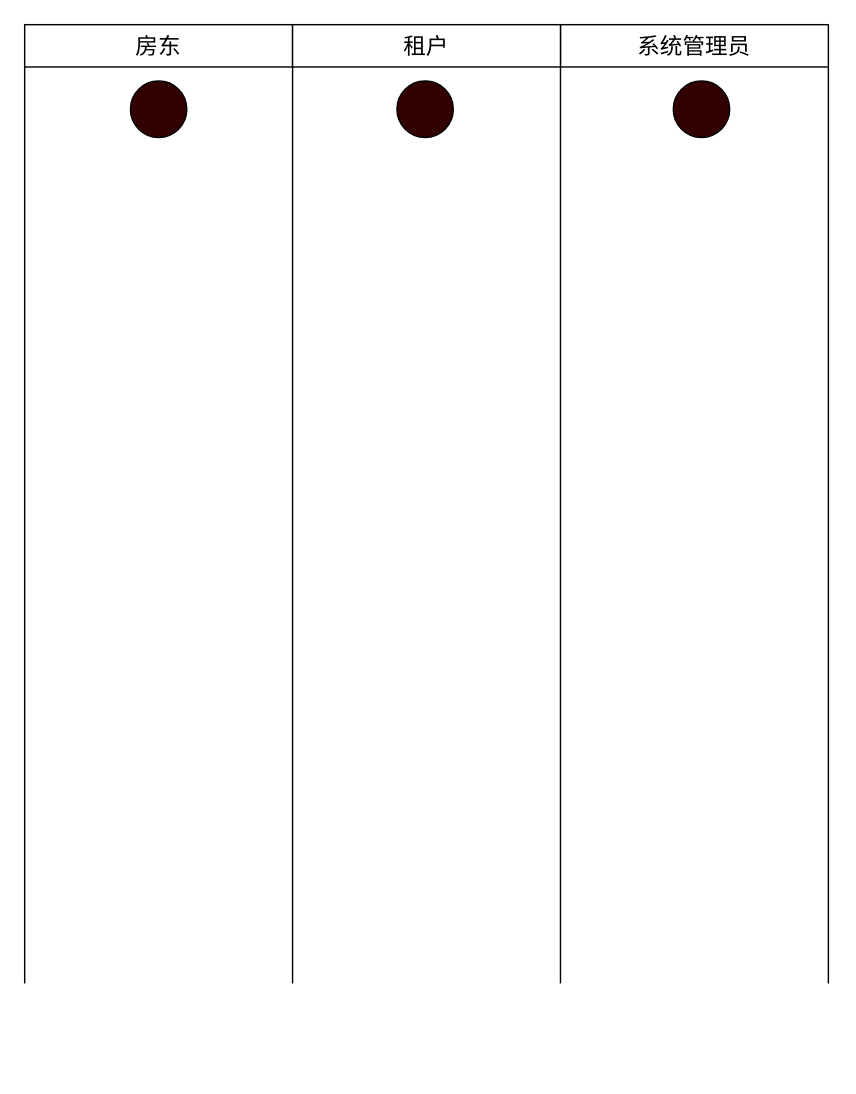
This is page "角色活动图" (2 of 3) of 系统功能列表.drawio from CQUT-yingyan-ZTJ/images, a draw.io file, before an edit. Source tidied: cells renumbered, new cells numbered last; positions are measured from the earlier drawing's top-left corner, leaving out a move shared by most shapes. Both pictures are drawn from the tidied source at 141%, with x=0, y=0 at pixel (24, 24).
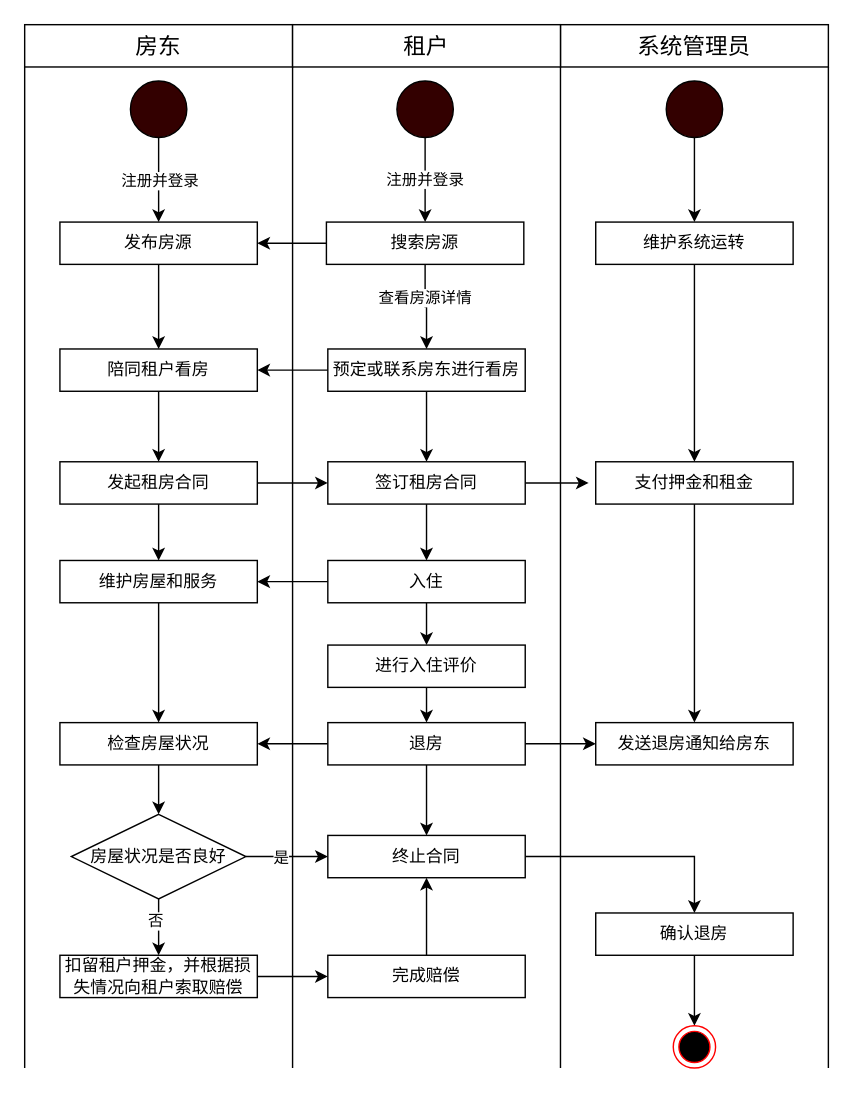
After the change.

Unchanged cells that the change refers to:
```xml
<mxCell id="4" value="房东" style="rounded=0;whiteSpace=wrap;html=1;fontSize=16;" parent="1" vertex="1">
  <mxGeometry width="190" height="30" as="geometry" />
</mxCell>
<mxCell id="6" value="系统管理员" style="rounded=0;whiteSpace=wrap;html=1;fontSize=16;" parent="1" vertex="1">
  <mxGeometry x="380" width="190" height="30" as="geometry" />
</mxCell>
<mxCell id="8" value="租户" style="rounded=0;whiteSpace=wrap;html=1;fontSize=16;" parent="1" vertex="1">
  <mxGeometry x="190" width="190" height="30" as="geometry" />
</mxCell>
<mxCell id="9" style="ellipse;whiteSpace=wrap;html=1;fillColor=#330000;" parent="1" vertex="1">
  <mxGeometry x="75" y="40" width="40" height="40" as="geometry" />
</mxCell>
<mxCell id="11" style="ellipse;whiteSpace=wrap;html=1;fillColor=#330000;" parent="1" vertex="1">
  <mxGeometry x="264" y="40" width="40" height="40" as="geometry" />
</mxCell>
```

The edit, as a diff of the source:
```diff
@@
     <mxCell id="2" style="edgeStyle=orthogonalEdgeStyle;rounded=0;jettySize=auto;html=1;exitX=1;exitY=1;exitDx=0;exitDy=0;endArrow=none;endFill=0;" parent="1" edge="1" source="4">
       <mxGeometry relative="1" as="geometry">
-        <mxPoint x="190" y="680" as="targetPoint" />
+        <mxPoint x="190" y="740" as="targetPoint" />
       </mxGeometry>
     </mxCell>
     <mxCell id="3" style="edgeStyle=orthogonalEdgeStyle;rounded=0;jettySize=auto;html=1;exitX=0;exitY=1;exitDx=0;exitDy=0;endArrow=none;endFill=0;" parent="1" edge="1" source="4">
       <mxGeometry relative="1" as="geometry">
-        <mxPoint y="680" as="targetPoint" />
+        <mxPoint y="740" as="targetPoint" />
       </mxGeometry>
     </mxCell>
@@
     <mxCell id="5" style="edgeStyle=orthogonalEdgeStyle;rounded=0;jettySize=auto;html=1;exitX=1;exitY=1;exitDx=0;exitDy=0;endArrow=none;endFill=0;" parent="1" edge="1" source="6">
       <mxGeometry relative="1" as="geometry">
-        <mxPoint x="570" y="680" as="targetPoint" />
+        <mxPoint x="570" y="740" as="targetPoint" />
       </mxGeometry>
     </mxCell>
@@
     <mxCell id="7" style="edgeStyle=orthogonalEdgeStyle;rounded=0;jettySize=auto;html=1;exitX=1;exitY=1;exitDx=0;exitDy=0;endArrow=none;endFill=0;" parent="1" edge="1" source="8">
       <mxGeometry relative="1" as="geometry">
-        <mxPoint x="380" y="680" as="targetPoint" />
+        <mxPoint x="380" y="740" as="targetPoint" />
       </mxGeometry>
     </mxCell>
@@
+    <mxCell id="12" style="edgeStyle=orthogonalEdgeStyle;rounded=0;jettySize=auto;html=1;entryX=0.5;entryY=0;entryDx=0;entryDy=0;" parent="1" edge="1" source="9" target="34">
+      <mxGeometry relative="1" as="geometry" />
+    </mxCell>
+    <mxCell id="13" value="注册并登录" style="edgeLabel;html=1;align=center;verticalAlign=middle;" parent="12" vertex="1">
+      <mxGeometry x="-0.29" y="-4" relative="1" as="geometry">
+        <mxPoint x="4" y="9" as="offset" />
+      </mxGeometry>
+    </mxCell>
@@
+    <mxCell id="14" style="edgeStyle=orthogonalEdgeStyle;rounded=0;jettySize=auto;html=1;exitX=0.5;exitY=1;exitDx=0;exitDy=0;" parent="1" edge="1" source="10" target="45">
+      <mxGeometry relative="1" as="geometry" />
+    </mxCell>
     <mxCell id="10" style="ellipse;whiteSpace=wrap;html=1;fillColor=#330000;" parent="1" vertex="1">
-      <mxGeometry x="460" y="40" width="40" height="40" as="geometry" />
+      <mxGeometry x="455" y="40" width="40" height="40" as="geometry" />
     </mxCell>
+    <mxCell id="15" value="注册并登录" style="edgeStyle=orthogonalEdgeStyle;rounded=0;jettySize=auto;html=1;exitX=0.5;exitY=1;exitDx=0;exitDy=0;entryX=0.5;entryY=0;entryDx=0;entryDy=0;" parent="1" edge="1" source="11" target="19">
+      <mxGeometry relative="1" as="geometry" />
+    </mxCell>
@@
+    <mxCell id="16" style="edgeStyle=orthogonalEdgeStyle;rounded=0;jettySize=auto;html=1;exitX=0.5;exitY=1;exitDx=0;exitDy=0;entryX=0.5;entryY=0;entryDx=0;entryDy=0;" parent="1" edge="1" source="19" target="22">
+      <mxGeometry relative="1" as="geometry" />
+    </mxCell>
+    <mxCell id="17" value="查看房源详情" style="edgeLabel;html=1;align=center;verticalAlign=middle;" parent="16" vertex="1">
+      <mxGeometry x="-0.25" y="-1" relative="1" as="geometry" />
+    </mxCell>
+    <mxCell id="18" style="edgeStyle=orthogonalEdgeStyle;rounded=0;jettySize=auto;html=1;exitX=0;exitY=0.5;exitDx=0;exitDy=0;entryX=1;entryY=0.5;entryDx=0;entryDy=0;" parent="1" edge="1" source="19" target="34">
+      <mxGeometry relative="1" as="geometry" />
+    </mxCell>
+    <mxCell id="19" value="搜索房源" style="rounded=0;whiteSpace=wrap;html=1;" parent="1" vertex="1">
+      <mxGeometry x="214" y="140" width="140" height="30" as="geometry" />
+    </mxCell>
+    <mxCell id="20" style="edgeStyle=orthogonalEdgeStyle;rounded=0;jettySize=auto;html=1;exitX=0.5;exitY=1;exitDx=0;exitDy=0;" parent="1" edge="1" source="22" target="25">
+      <mxGeometry relative="1" as="geometry" />
+    </mxCell>
+    <mxCell id="21" style="edgeStyle=orthogonalEdgeStyle;rounded=0;jettySize=auto;html=1;exitX=0;exitY=0.5;exitDx=0;exitDy=0;" parent="1" edge="1" source="22" target="36">
+      <mxGeometry relative="1" as="geometry" />
+    </mxCell>
+    <mxCell id="22" value="预定或联系房东进行看房" style="rounded=0;whiteSpace=wrap;html=1;" parent="1" vertex="1">
+      <mxGeometry x="215" y="230" width="140" height="30" as="geometry" />
+    </mxCell>
+    <mxCell id="23" style="edgeStyle=orthogonalEdgeStyle;rounded=0;jettySize=auto;html=1;exitX=0.5;exitY=1;exitDx=0;exitDy=0;" parent="1" edge="1" source="25" target="28">
+      <mxGeometry relative="1" as="geometry" />
+    </mxCell>
+    <mxCell id="24" style="edgeStyle=orthogonalEdgeStyle;rounded=0;jettySize=auto;html=1;exitX=1;exitY=0.5;exitDx=0;exitDy=0;" parent="1" edge="1" source="25">
+      <mxGeometry relative="1" as="geometry">
+        <mxPoint x="400" y="325" as="targetPoint" />
+      </mxGeometry>
+    </mxCell>
+    <mxCell id="25" value="签订租房合同" style="rounded=0;whiteSpace=wrap;html=1;" parent="1" vertex="1">
+      <mxGeometry x="215" y="310" width="140" height="30" as="geometry" />
+    </mxCell>
+    <mxCell id="26" style="edgeStyle=orthogonalEdgeStyle;rounded=0;jettySize=auto;html=1;exitX=0;exitY=0.5;exitDx=0;exitDy=0;entryX=1;entryY=0.5;entryDx=0;entryDy=0;" parent="1" edge="1" source="28" target="41">
+      <mxGeometry relative="1" as="geometry" />
+    </mxCell>
+    <mxCell id="27" style="edgeStyle=orthogonalEdgeStyle;rounded=0;jettySize=auto;html=1;exitX=0.5;exitY=1;exitDx=0;exitDy=0;" parent="1" edge="1" source="28" target="64">
+      <mxGeometry relative="1" as="geometry" />
+    </mxCell>
+    <mxCell id="28" value="入住" style="rounded=0;whiteSpace=wrap;html=1;" parent="1" vertex="1">
+      <mxGeometry x="215" y="380" width="140" height="30" as="geometry" />
+    </mxCell>
+    <mxCell id="29" style="edgeStyle=orthogonalEdgeStyle;rounded=0;jettySize=auto;html=1;exitX=0;exitY=0.5;exitDx=0;exitDy=0;entryX=1;entryY=0.5;entryDx=0;entryDy=0;" parent="1" edge="1" source="32" target="43">
+      <mxGeometry relative="1" as="geometry" />
+    </mxCell>
+    <mxCell id="30" style="edgeStyle=orthogonalEdgeStyle;rounded=0;jettySize=auto;html=1;exitX=0.5;exitY=1;exitDx=0;exitDy=0;entryX=0.5;entryY=0;entryDx=0;entryDy=0;" parent="1" edge="1" source="32" target="56">
+      <mxGeometry relative="1" as="geometry" />
+    </mxCell>
+    <mxCell id="31" style="edgeStyle=orthogonalEdgeStyle;rounded=0;jettySize=auto;html=1;exitX=1;exitY=0.5;exitDx=0;exitDy=0;entryX=0;entryY=0.5;entryDx=0;entryDy=0;" parent="1" edge="1" source="32" target="57">
+      <mxGeometry relative="1" as="geometry" />
+    </mxCell>
+    <mxCell id="32" value="退房" style="rounded=0;whiteSpace=wrap;html=1;" parent="1" vertex="1">
+      <mxGeometry x="215" y="495" width="140" height="30" as="geometry" />
+    </mxCell>
+    <mxCell id="33" style="edgeStyle=orthogonalEdgeStyle;rounded=0;jettySize=auto;html=1;exitX=0.5;exitY=1;exitDx=0;exitDy=0;entryX=0.5;entryY=0;entryDx=0;entryDy=0;" parent="1" edge="1" source="34" target="36">
+      <mxGeometry relative="1" as="geometry" />
+    </mxCell>
+    <mxCell id="34" value="发布房源" style="rounded=0;whiteSpace=wrap;html=1;" parent="1" vertex="1">
+      <mxGeometry x="25" y="140" width="140" height="30" as="geometry" />
+    </mxCell>
+    <mxCell id="35" style="edgeStyle=orthogonalEdgeStyle;rounded=0;jettySize=auto;html=1;exitX=0.5;exitY=1;exitDx=0;exitDy=0;entryX=0.5;entryY=0;entryDx=0;entryDy=0;" parent="1" edge="1" source="36" target="39">
+      <mxGeometry relative="1" as="geometry" />
+    </mxCell>
+    <mxCell id="36" value="陪同租户看房" style="rounded=0;whiteSpace=wrap;html=1;" parent="1" vertex="1">
+      <mxGeometry x="25" y="230" width="140" height="30" as="geometry" />
+    </mxCell>
+    <mxCell id="37" style="edgeStyle=orthogonalEdgeStyle;rounded=0;jettySize=auto;html=1;exitX=1;exitY=0.5;exitDx=0;exitDy=0;" parent="1" edge="1" source="39" target="25">
+      <mxGeometry relative="1" as="geometry" />
+    </mxCell>
+    <mxCell id="38" style="edgeStyle=orthogonalEdgeStyle;rounded=0;jettySize=auto;html=1;exitX=0.5;exitY=1;exitDx=0;exitDy=0;" parent="1" edge="1" source="39" target="41">
+      <mxGeometry relative="1" as="geometry" />
+    </mxCell>
+    <mxCell id="39" value="发起租房合同" style="rounded=0;whiteSpace=wrap;html=1;" parent="1" vertex="1">
+      <mxGeometry x="25" y="310" width="140" height="30" as="geometry" />
+    </mxCell>
+    <mxCell id="40" style="edgeStyle=orthogonalEdgeStyle;rounded=0;jettySize=auto;html=1;exitX=0.5;exitY=1;exitDx=0;exitDy=0;entryX=0.5;entryY=0;entryDx=0;entryDy=0;" parent="1" edge="1" source="41" target="43">
+      <mxGeometry relative="1" as="geometry" />
+    </mxCell>
+    <mxCell id="41" value="维护房屋和服务" style="rounded=0;whiteSpace=wrap;html=1;" parent="1" vertex="1">
+      <mxGeometry x="25" y="380" width="140" height="30" as="geometry" />
+    </mxCell>
+    <mxCell id="42" style="edgeStyle=orthogonalEdgeStyle;rounded=0;jettySize=auto;html=1;exitX=0.5;exitY=1;exitDx=0;exitDy=0;entryX=0.5;entryY=0;entryDx=0;entryDy=0;" parent="1" edge="1" source="43" target="52">
+      <mxGeometry relative="1" as="geometry" />
+    </mxCell>
+    <mxCell id="43" value="检查房屋状况" style="rounded=0;whiteSpace=wrap;html=1;" parent="1" vertex="1">
+      <mxGeometry x="25" y="495" width="140" height="30" as="geometry" />
+    </mxCell>
+    <mxCell id="44" style="edgeStyle=orthogonalEdgeStyle;rounded=0;jettySize=auto;html=1;exitX=0.5;exitY=1;exitDx=0;exitDy=0;entryX=0.5;entryY=0;entryDx=0;entryDy=0;" parent="1" edge="1" source="45" target="47">
+      <mxGeometry relative="1" as="geometry" />
+    </mxCell>
+    <mxCell id="45" value="维护系统运转" style="rounded=0;whiteSpace=wrap;html=1;" parent="1" vertex="1">
+      <mxGeometry x="405" y="140" width="140" height="30" as="geometry" />
+    </mxCell>
+    <mxCell id="46" style="edgeStyle=orthogonalEdgeStyle;rounded=0;jettySize=auto;html=1;exitX=0.5;exitY=1;exitDx=0;exitDy=0;" parent="1" edge="1" source="47" target="57">
+      <mxGeometry relative="1" as="geometry" />
+    </mxCell>
+    <mxCell id="47" value="支付押金和租金" style="rounded=0;whiteSpace=wrap;html=1;" parent="1" vertex="1">
+      <mxGeometry x="405" y="310" width="140" height="30" as="geometry" />
+    </mxCell>
+    <mxCell id="48" style="edgeStyle=orthogonalEdgeStyle;rounded=0;jettySize=auto;html=1;exitX=1;exitY=0.5;exitDx=0;exitDy=0;entryX=0;entryY=0.5;entryDx=0;entryDy=0;" parent="1" edge="1" source="52" target="56">
+      <mxGeometry relative="1" as="geometry" />
+    </mxCell>
+    <mxCell id="49" value="是" style="edgeLabel;html=1;align=center;verticalAlign=middle;" parent="48" vertex="1">
+      <mxGeometry x="-0.14" relative="1" as="geometry" />
+    </mxCell>
+    <mxCell id="50" style="edgeStyle=orthogonalEdgeStyle;rounded=0;jettySize=auto;html=1;exitX=0.5;exitY=1;exitDx=0;exitDy=0;entryX=0.5;entryY=0;entryDx=0;entryDy=0;fontSize=11;" parent="1" edge="1" source="52" target="54">
+      <mxGeometry relative="1" as="geometry" />
+    </mxCell>
+    <mxCell id="51" value="否" style="edgeLabel;html=1;align=center;verticalAlign=middle;" parent="50" vertex="1">
+      <mxGeometry x="-0.23" y="-3" relative="1" as="geometry" />
+    </mxCell>
+    <mxCell id="52" value="房屋状况是否良好" style="rhombus;whiteSpace=wrap;html=1;" parent="1" vertex="1">
+      <mxGeometry x="33.1" y="560" width="123.8" height="60" as="geometry" />
+    </mxCell>
+    <mxCell id="53" style="edgeStyle=orthogonalEdgeStyle;rounded=0;jettySize=auto;html=1;exitX=1;exitY=0.5;exitDx=0;exitDy=0;entryX=0;entryY=0.5;entryDx=0;entryDy=0;" parent="1" edge="1" source="54" target="62">
+      <mxGeometry relative="1" as="geometry" />
+    </mxCell>
+    <mxCell id="54" value="扣留租户押金，并根据损失情况向租户索取赔偿" style="rounded=0;whiteSpace=wrap;html=1;" parent="1" vertex="1">
+      <mxGeometry x="25" y="660" width="140" height="30" as="geometry" />
+    </mxCell>
+    <mxCell id="55" style="edgeStyle=orthogonalEdgeStyle;rounded=0;jettySize=auto;html=1;exitX=1;exitY=0.5;exitDx=0;exitDy=0;" parent="1" edge="1" source="56" target="59">
+      <mxGeometry relative="1" as="geometry" />
+    </mxCell>
+    <mxCell id="56" value="终止合同" style="rounded=0;whiteSpace=wrap;html=1;" parent="1" vertex="1">
+      <mxGeometry x="215" y="575" width="140" height="30" as="geometry" />
+    </mxCell>
+    <mxCell id="57" value="发送退房通知给房东" style="rounded=0;whiteSpace=wrap;html=1;" parent="1" vertex="1">
+      <mxGeometry x="405" y="495" width="140" height="30" as="geometry" />
+    </mxCell>
+    <mxCell id="58" style="edgeStyle=orthogonalEdgeStyle;rounded=0;jettySize=auto;html=1;exitX=0.5;exitY=1;exitDx=0;exitDy=0;entryX=0.5;entryY=0;entryDx=0;entryDy=0;" parent="1" edge="1" source="59" target="60">
+      <mxGeometry relative="1" as="geometry" />
+    </mxCell>
+    <mxCell id="59" value="确认退房" style="rounded=0;whiteSpace=wrap;html=1;" parent="1" vertex="1">
+      <mxGeometry x="405" y="630" width="140" height="30" as="geometry" />
+    </mxCell>
+    <mxCell id="60" style="ellipse;html=1;shape=endState;fillColor=#000000;strokeColor=#ff0000;" parent="1" vertex="1">
+      <mxGeometry x="460" y="710" width="30" height="30" as="geometry" />
+    </mxCell>
+    <mxCell id="61" style="edgeStyle=orthogonalEdgeStyle;rounded=0;jettySize=auto;html=1;entryX=0.5;entryY=1;entryDx=0;entryDy=0;" parent="1" edge="1" source="62" target="56">
+      <mxGeometry relative="1" as="geometry" />
+    </mxCell>
+    <mxCell id="62" value="完成赔偿" style="rounded=0;whiteSpace=wrap;html=1;" parent="1" vertex="1">
+      <mxGeometry x="215" y="660" width="140" height="30" as="geometry" />
+    </mxCell>
+    <mxCell id="63" style="edgeStyle=orthogonalEdgeStyle;rounded=0;jettySize=auto;html=1;exitX=0.5;exitY=1;exitDx=0;exitDy=0;entryX=0.5;entryY=0;entryDx=0;entryDy=0;" parent="1" edge="1" source="64" target="32">
+      <mxGeometry relative="1" as="geometry" />
+    </mxCell>
+    <mxCell id="64" value="进行入住评价" style="rounded=0;whiteSpace=wrap;html=1;" parent="1" vertex="1">
+      <mxGeometry x="215" y="440" width="140" height="30" as="geometry" />
+    </mxCell>
```
